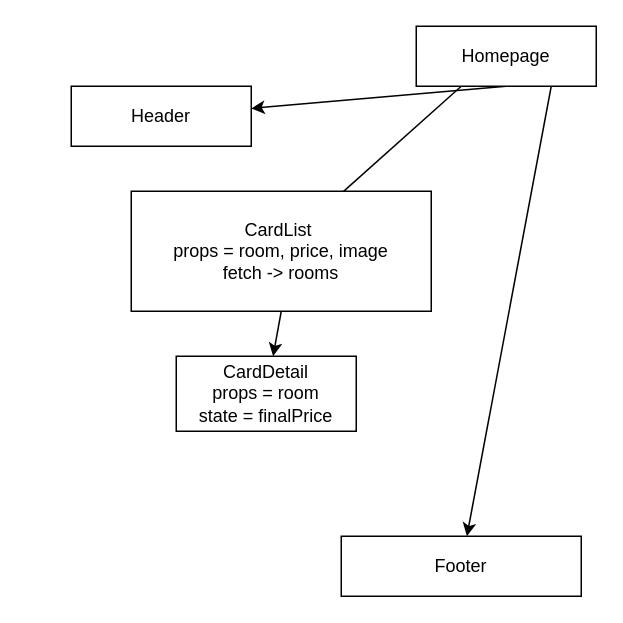
Pattiev97/hotel-stribrava keeps this draw.io diagram as diagram.drawio. Above is the earlier version. Source tidied: cells renumbered, new cells numbered last; positions are measured from the earlier drawing's top-left corner, leaving out a move shared by most shapes. Both pictures are drawn from the tidied source at 150%, with x=0, y=0 at pixel (70, 26).
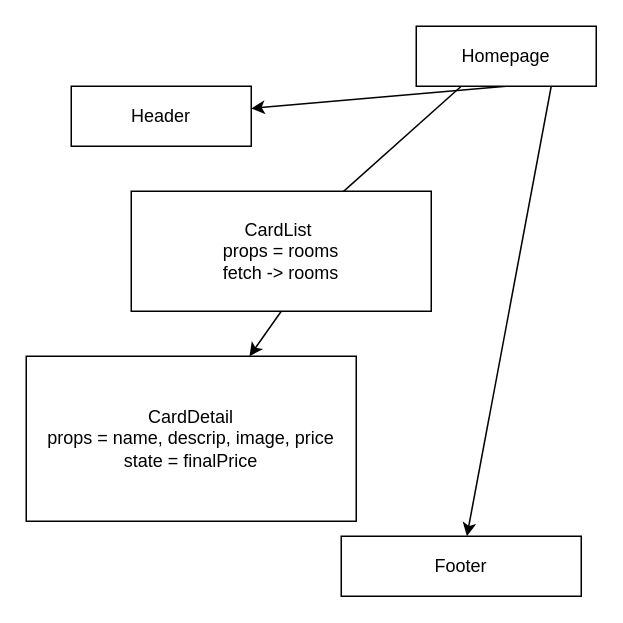
The same diagram, later.

Commit message (it also covers changes not shown here):
Přidán fetch na api

Change to the diagram source:
```diff
@@
 <mxGraphModel>
   <root>
     <mxCell id="0" />
     <mxCell id="1" parent="0" />
     <mxCell id="2" style="edgeStyle=none;html=1;exitX=0.5;exitY=1;exitDx=0;exitDy=0;" parent="1" edge="1" source="5" target="9">
       <mxGeometry relative="1" as="geometry" />
     </mxCell>
     <mxCell id="3" style="edgeStyle=none;html=1;exitX=0.75;exitY=1;exitDx=0;exitDy=0;" parent="1" edge="1" source="5" target="10">
       <mxGeometry relative="1" as="geometry" />
     </mxCell>
     <mxCell id="4" style="edgeStyle=none;html=1;exitX=0.25;exitY=1;exitDx=0;exitDy=0;entryX=0.656;entryY=0.117;entryDx=0;entryDy=0;entryPerimeter=0;" parent="1" edge="1" source="5" target="7">
       <mxGeometry relative="1" as="geometry" />
     </mxCell>
     <mxCell id="5" value="Homepage" style="whiteSpace=wrap;html=1;" parent="1" vertex="1">
       <mxGeometry x="230" width="120" height="40" as="geometry" />
     </mxCell>
     <mxCell id="6" style="edgeStyle=none;html=1;exitX=0.5;exitY=1;exitDx=0;exitDy=0;" parent="1" edge="1" source="7" target="8">
       <mxGeometry relative="1" as="geometry" />
     </mxCell>
-    <mxCell id="7" value="CardList&amp;nbsp;&lt;br&gt;props = room, price, image&lt;br&gt;fetch -&amp;gt; rooms" style="whiteSpace=wrap;html=1;" parent="1" vertex="1">
+    <mxCell id="7" value="CardList&amp;nbsp;&lt;br&gt;props = rooms&lt;br&gt;fetch -&amp;gt; rooms" style="whiteSpace=wrap;html=1;" parent="1" vertex="1">
       <mxGeometry x="40" y="110" width="200" height="80" as="geometry" />
     </mxCell>
-    <mxCell id="8" value="CardDetail&lt;br&gt;props = room&lt;br&gt;state = finalPrice" style="whiteSpace=wrap;html=1;" parent="1" vertex="1">
-      <mxGeometry x="70" y="220" width="120" height="50" as="geometry" />
+    <mxCell id="8" value="CardDetail&lt;br&gt;props = name, descrip, image, price&lt;br&gt;state = finalPrice" style="whiteSpace=wrap;html=1;" parent="1" vertex="1">
+      <mxGeometry x="-30" y="220" width="220" height="110" as="geometry" />
     </mxCell>
     <mxCell id="9" value="Header" style="whiteSpace=wrap;html=1;" parent="1" vertex="1">
       <mxGeometry y="40" width="120" height="40" as="geometry" />
     </mxCell>
     <mxCell id="10" value="Footer" style="whiteSpace=wrap;html=1;" parent="1" vertex="1">
       <mxGeometry x="180" y="340" width="160" height="40" as="geometry" />
     </mxCell>
   </root>
 </mxGraphModel>
```
